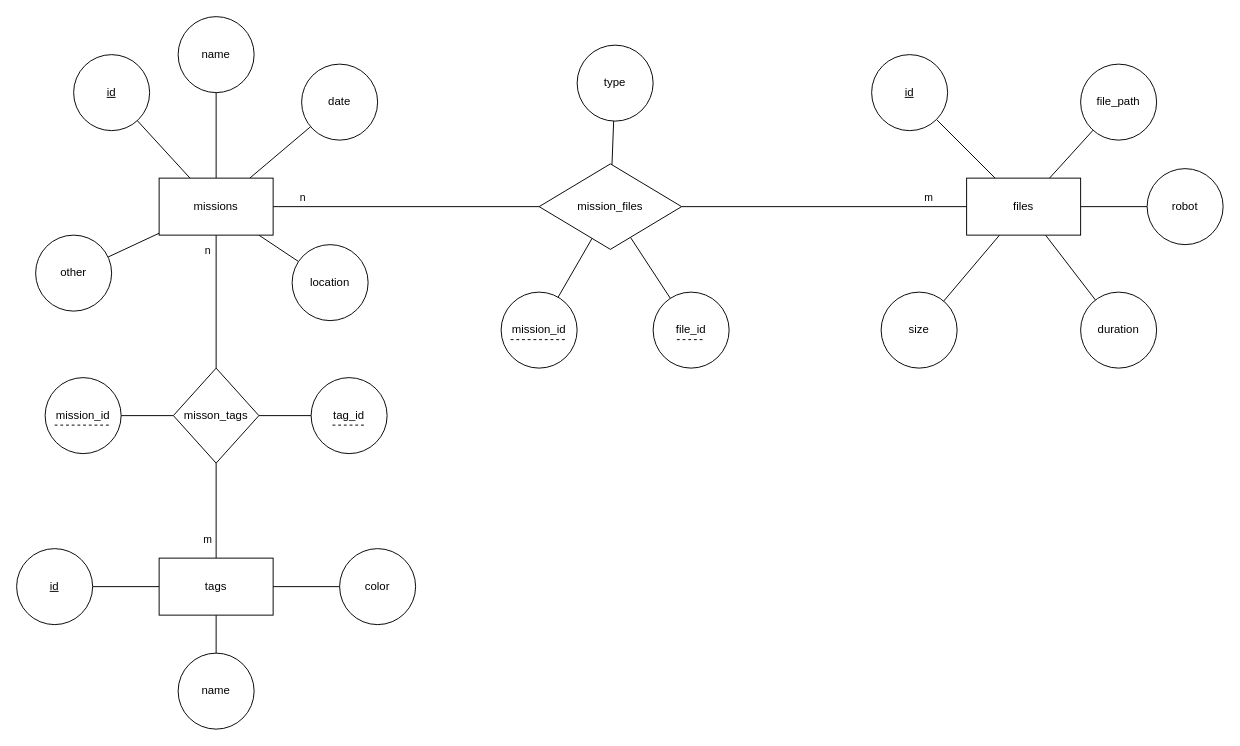
Earlier version of the draw.io diagram docs/db_scheme/db_scheme_er_diagram.drawio (brendel-group/mission_db). Source tidied: cells renumbered, new cells numbered last; positions are measured from the earlier drawing's top-left corner, leaving out a move shared by most shapes. Both pictures are drawn from the tidied source at 95%, with x=0, y=0 at pixel (16, 16).
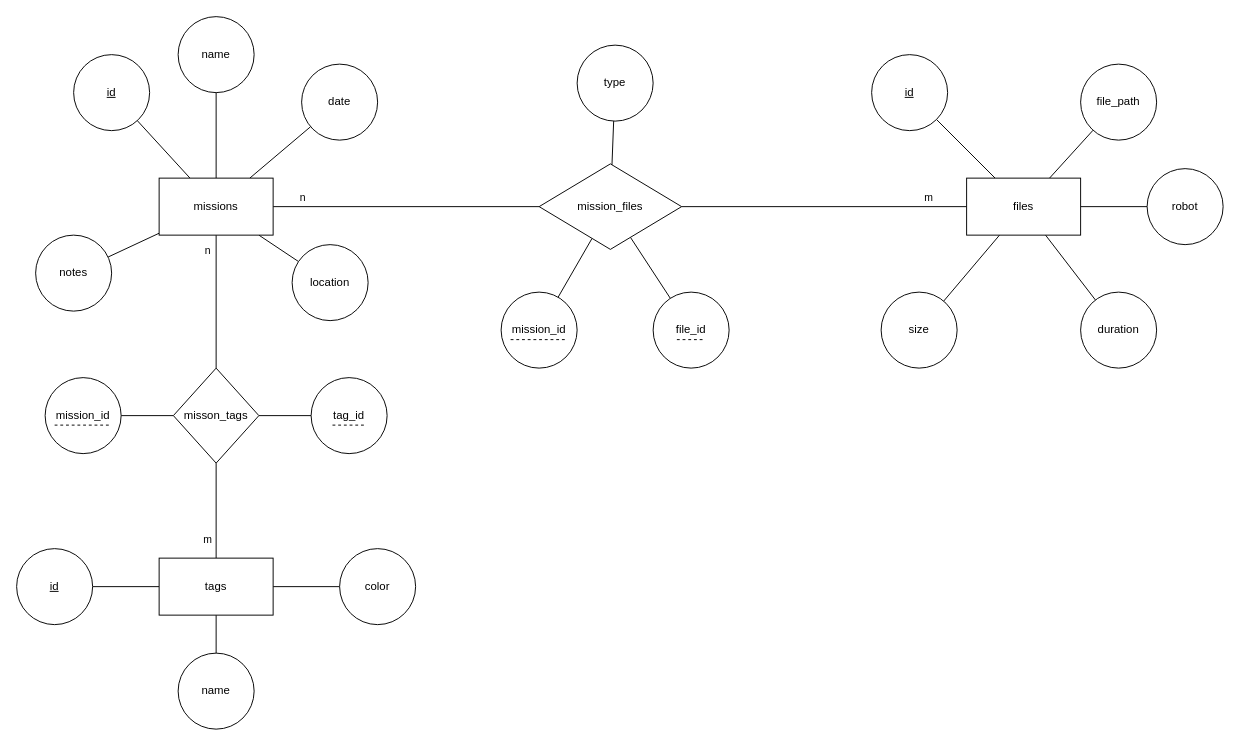
The same page after the edit.

Diff of the diagram source:
```diff
@@
-    <mxCell id="23" value="other" style="ellipse;whiteSpace=wrap;html=1;rounded=0;" parent="1" vertex="1">
+    <mxCell id="23" value="notes" style="ellipse;whiteSpace=wrap;html=1;rounded=0;" parent="1" vertex="1">
       <mxGeometry x="20" y="230" width="80" height="80" as="geometry" />
     </mxCell>
```
